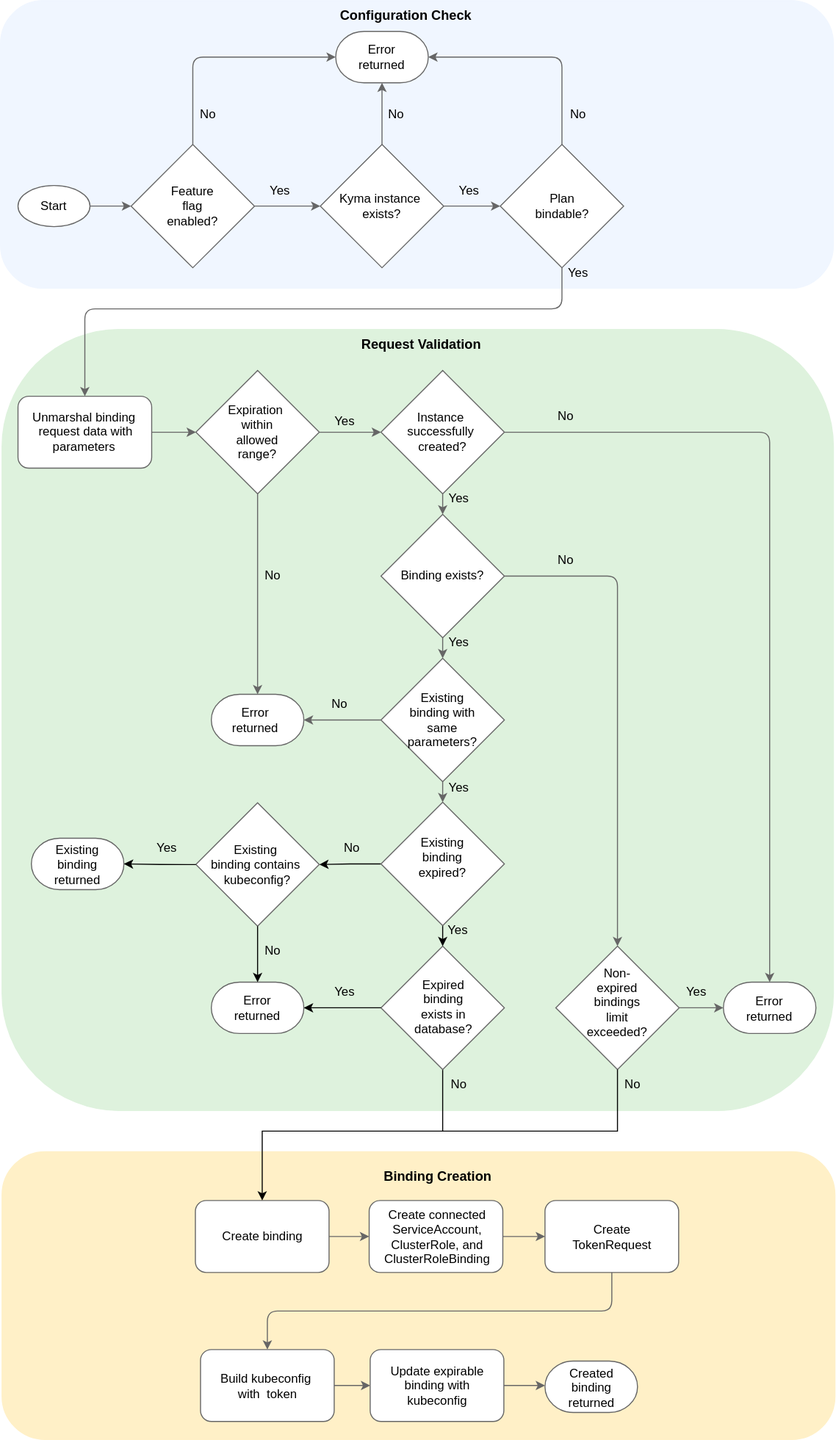
This is docs/assets/bindings-create-flow.drawio.svg from kyma-project/kyma-environment-broker, a draw.io export, as it was before one commit. Source tidied: cells renumbered, new cells last; positions are measured from the earlier drawing's top-left corner, leaving out a move shared by most shapes.
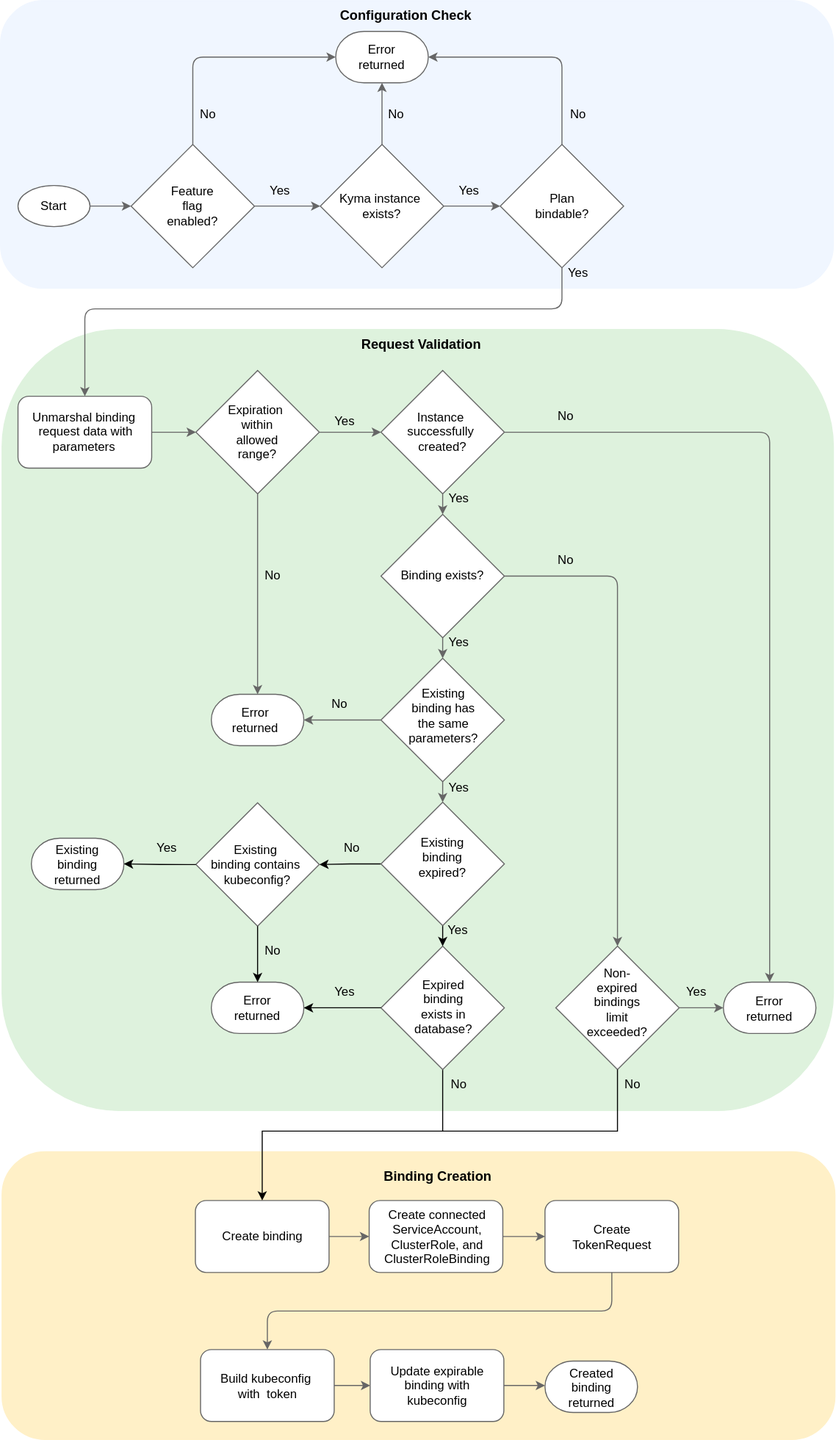
The same diagram one commit later.

Commit message:
Correct text

Change to the diagram source:
```diff
@@ -160,8 +160,8 @@
     <mxCell id="50" value="Existing binding expired?" style="text;html=1;align=center;verticalAlign=middle;whiteSpace=wrap;rounded=0;fontColor=#000000;" parent="1" vertex="1">
       <mxGeometry x="400" y="804" width="60" height="60" as="geometry" />
     </mxCell>
-    <mxCell id="51" value="Existing binding with same parameters?" style="text;html=1;align=center;verticalAlign=middle;whiteSpace=wrap;rounded=0;fontColor=#000000;" parent="1" vertex="1">
-      <mxGeometry x="400" y="670" width="60" height="60" as="geometry" />
+    <mxCell id="51" value="Existing binding has the same parameters?" style="text;html=1;align=center;verticalAlign=middle;whiteSpace=wrap;rounded=0;fontColor=#000000;" parent="1" vertex="1">
+      <mxGeometry x="401" y="666" width="60" height="60" as="geometry" />
     </mxCell>
     <mxCell id="52" value="Expired binding exists in database?" style="text;html=1;align=center;verticalAlign=middle;whiteSpace=wrap;rounded=0;fontColor=#000000;" parent="1" vertex="1">
       <mxGeometry x="401" y="946" width="60" height="65" as="geometry" />
```
